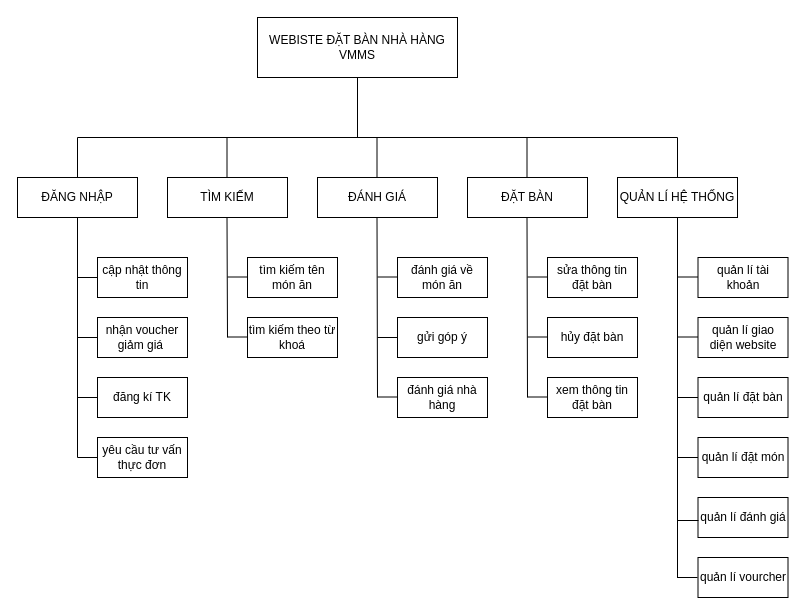
Above: page "sơ đồ phân rã chức năng" (3 of 11) of Biểu đồ không có tiêu đề.drawio in trucka312/diagram (draw.io), before the change. Source tidied: cells renumbered, new cells numbered last; positions are measured from the earlier drawing's top-left corner, leaving out a move shared by most shapes. Both pictures are drawn from the tidied source at 100%, with x=0, y=0 at pixel (17, 17).
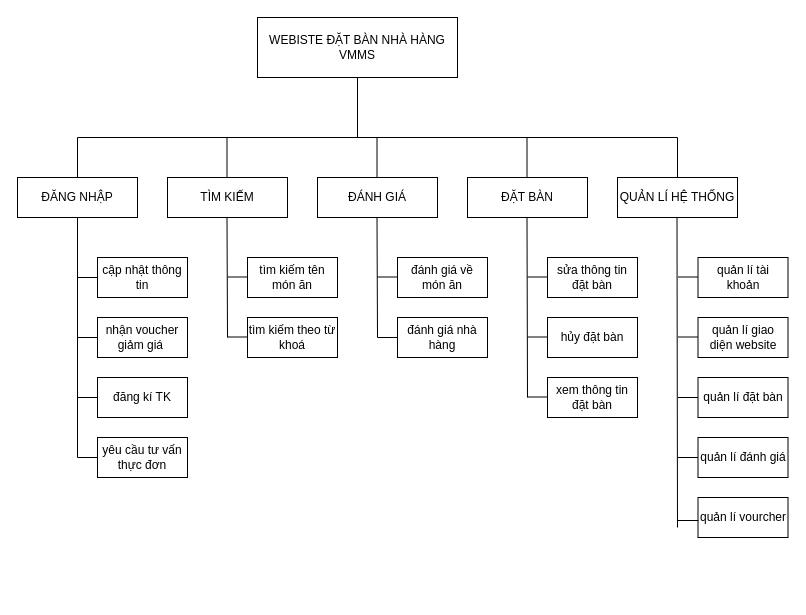
After the change.

Diff of the diagram source:
```diff
@@
-    <mxCell id="28" style="endArrow=none;html=1;rounded=0;" parent="1" edge="1">
-      <mxGeometry relative="1" as="geometry">
-        <mxPoint x="360" y="379.5" as="sourcePoint" />
-        <mxPoint x="380" y="379.5" as="targetPoint" />
-      </mxGeometry>
-    </mxCell>
@@
     <mxCell id="34" style="endArrow=none;html=1;rounded=0;entryX=0.5;entryY=1;entryDx=0;entryDy=0;" parent="1" edge="1">
       <mxGeometry relative="1" as="geometry">
-        <mxPoint x="660" y="560" as="sourcePoint" />
-        <mxPoint x="660" y="200" as="targetPoint" />
+        <mxPoint x="660" y="510" as="sourcePoint" />
+        <mxPoint x="659.5" y="200" as="targetPoint" />
       </mxGeometry>
     </mxCell>
@@
     <mxCell id="36" style="endArrow=none;html=1;rounded=0;entryX=0.5;entryY=1;entryDx=0;entryDy=0;" parent="1" edge="1">
       <mxGeometry relative="1" as="geometry">
-        <mxPoint x="360" y="380" as="sourcePoint" />
+        <mxPoint x="360" y="320" as="sourcePoint" />
         <mxPoint x="359.5" y="200" as="targetPoint" />
       </mxGeometry>
     </mxCell>
@@
     <mxCell id="39" value="đánh giá nhà hàng" style="rounded=0;whiteSpace=wrap;html=1;" parent="1" vertex="1">
-      <mxGeometry x="380" y="360" width="90" height="40" as="geometry" />
+      <mxGeometry x="380" y="300" width="90" height="40" as="geometry" />
     </mxCell>
-    <mxCell id="40" value="gửi góp ý" style="rounded=0;whiteSpace=wrap;html=1;" parent="1" vertex="1">
-      <mxGeometry x="380" y="300" width="90" height="40" as="geometry" />
-    </mxCell>
@@
-    <mxCell id="48" value="quản lí đặt món" style="rounded=0;whiteSpace=wrap;html=1;" parent="1" vertex="1">
-      <mxGeometry x="680.5" y="420" width="90" height="40" as="geometry" />
-    </mxCell>
@@
-    <mxCell id="51" style="endArrow=none;html=1;rounded=0;entryX=0;entryY=0.5;entryDx=0;entryDy=0;" parent="1" edge="1" target="48">
+    <mxCell id="51" style="endArrow=none;html=1;rounded=0;entryX=0;entryY=0.5;entryDx=0;entryDy=0;" parent="1" edge="1">
       <mxGeometry relative="1" as="geometry">
         <mxPoint x="660.5" y="440" as="sourcePoint" />
+        <mxPoint x="680.5" y="440" as="targetPoint" />
       </mxGeometry>
     </mxCell>
@@
     <mxCell id="53" value="quản lí đánh giá" style="rounded=0;whiteSpace=wrap;html=1;" parent="1" vertex="1">
-      <mxGeometry x="680.5" y="480" width="90" height="40" as="geometry" />
+      <mxGeometry x="680.5" y="420" width="90" height="40" as="geometry" />
     </mxCell>
     <mxCell id="54" value="quản lí vourcher" style="rounded=0;whiteSpace=wrap;html=1;" parent="1" vertex="1">
-      <mxGeometry x="680.5" y="540" width="90" height="40" as="geometry" />
+      <mxGeometry x="680.5" y="480" width="90" height="40" as="geometry" />
     </mxCell>
@@
-    <mxCell id="56" style="endArrow=none;html=1;rounded=0;entryX=0;entryY=0.5;entryDx=0;entryDy=0;" parent="1" edge="1">
-      <mxGeometry relative="1" as="geometry">
-        <mxPoint x="659.5" y="560" as="sourcePoint" />
-        <mxPoint x="680" y="560" as="targetPoint" />
-      </mxGeometry>
-    </mxCell>
```
